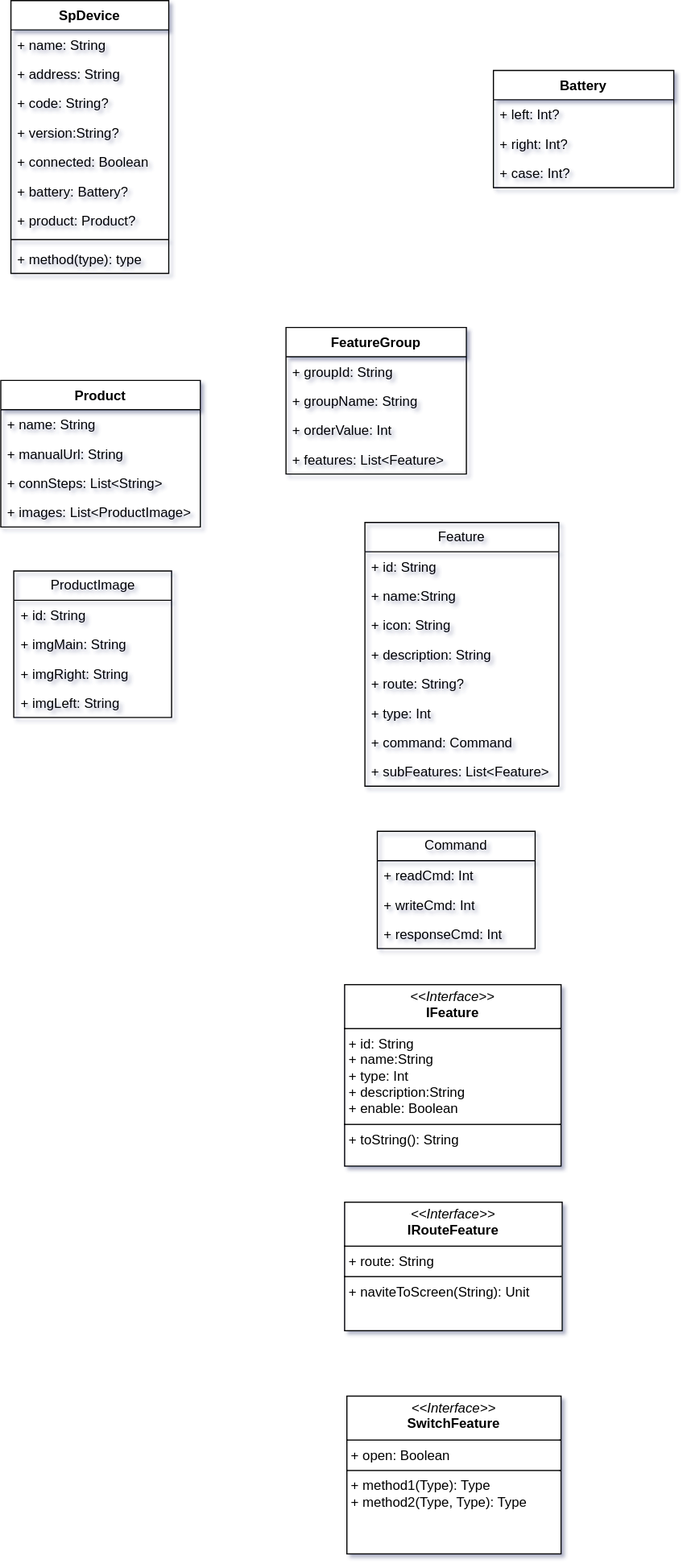
This is 未命名绘图.drawio.svg from kekemao00/draw-libs, a draw.io export, as it was before one commit. Source tidied: cells renumbered, new cells last; positions are measured from the earlier drawing's top-left corner, leaving out a move shared by most shapes.
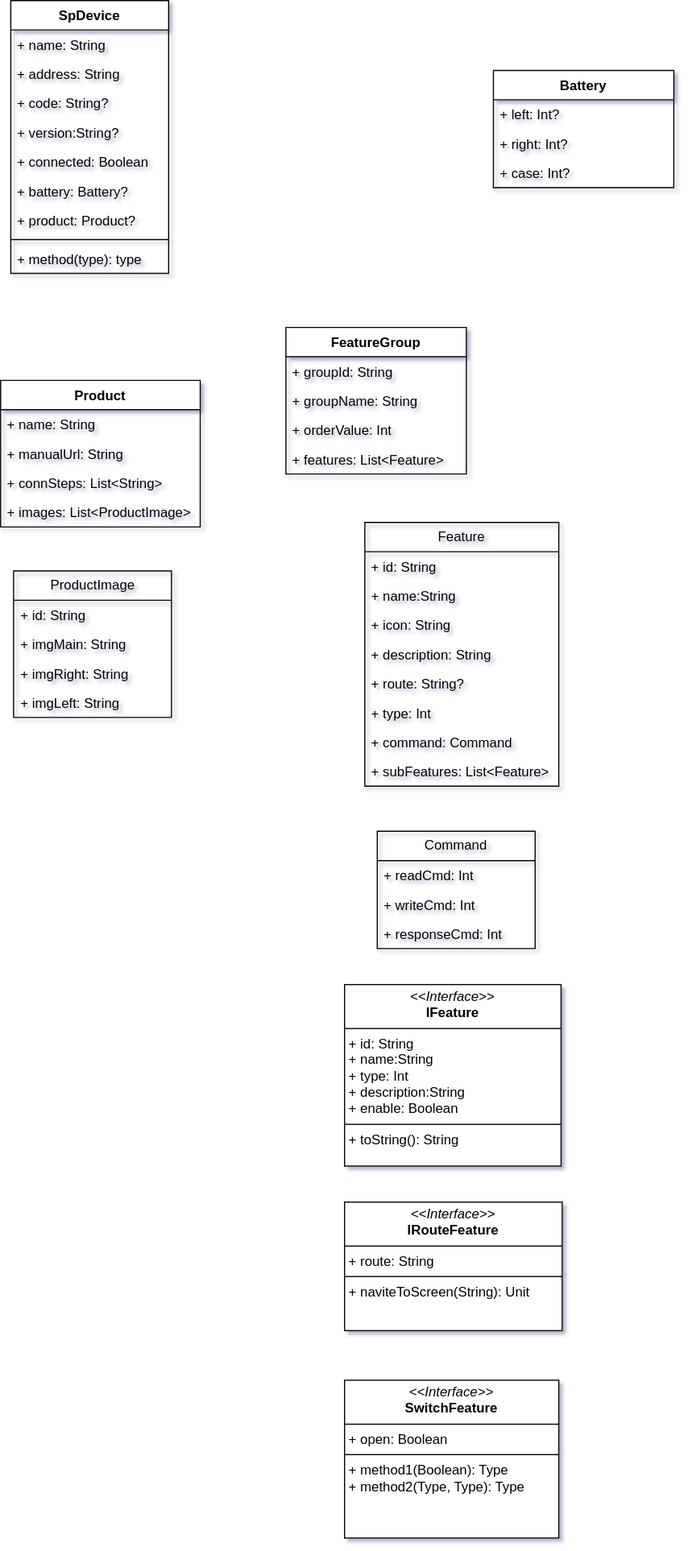
The same file after the commit.

Commit message:
更新未命名绘图.drawio.svg

The edit, as a diff of the source:
```diff
@@ -131,8 +131,8 @@
     <mxCell id="44" value="&lt;p style=&quot;margin:0px;margin-top:4px;text-align:center;&quot;&gt;&lt;i&gt;&amp;lt;&amp;lt;Interface&amp;gt;&amp;gt;&lt;/i&gt;&lt;br&gt;&lt;b&gt;IFeature&lt;/b&gt;&lt;/p&gt;&lt;hr size=&quot;1&quot; style=&quot;border-style:solid;&quot;&gt;&lt;p style=&quot;margin:0px;margin-left:4px;&quot;&gt;+ id: String&lt;br&gt;+ name:String&lt;br&gt;+ type: Int&lt;br&gt;+ description:String&lt;br&gt;+&amp;nbsp;enable: Boolean&lt;/p&gt;&lt;hr size=&quot;1&quot; style=&quot;border-style:solid;&quot;&gt;&lt;p style=&quot;margin:0px;margin-left:4px;&quot;&gt;+ toString(): String&lt;br&gt;&lt;/p&gt;" style="verticalAlign=top;align=left;overflow=fill;html=1;whiteSpace=wrap;" parent="1" vertex="1">
       <mxGeometry x="305" y="873" width="192" height="161" as="geometry" />
     </mxCell>
-    <mxCell id="45" value="&lt;p style=&quot;margin:0px;margin-top:4px;text-align:center;&quot;&gt;&lt;i&gt;&amp;lt;&amp;lt;Interface&amp;gt;&amp;gt;&lt;/i&gt;&lt;br&gt;&lt;b&gt;SwitchFeature&lt;/b&gt;&lt;/p&gt;&lt;hr size=&quot;1&quot; style=&quot;border-style:solid;&quot;&gt;&lt;p style=&quot;margin:0px;margin-left:4px;&quot;&gt;+ open: Boolean&lt;br&gt;&lt;/p&gt;&lt;hr size=&quot;1&quot; style=&quot;border-style:solid;&quot;&gt;&lt;p style=&quot;margin:0px;margin-left:4px;&quot;&gt;+ method1(Type): Type&lt;br&gt;+ method2(Type, Type): Type&lt;/p&gt;" style="verticalAlign=top;align=left;overflow=fill;html=1;whiteSpace=wrap;" parent="1" vertex="1">
-      <mxGeometry x="307" y="1238" width="190" height="140" as="geometry" />
+    <mxCell id="45" value="&lt;p style=&quot;margin:0px;margin-top:4px;text-align:center;&quot;&gt;&lt;i&gt;&amp;lt;&amp;lt;Interface&amp;gt;&amp;gt;&lt;/i&gt;&lt;br&gt;&lt;b&gt;SwitchFeature&lt;/b&gt;&lt;/p&gt;&lt;hr size=&quot;1&quot; style=&quot;border-style:solid;&quot;&gt;&lt;p style=&quot;margin:0px;margin-left:4px;&quot;&gt;+ open: Boolean&lt;br&gt;&lt;/p&gt;&lt;hr size=&quot;1&quot; style=&quot;border-style:solid;&quot;&gt;&lt;p style=&quot;margin:0px;margin-left:4px;&quot;&gt;+ method1(Boolean): Type&lt;br&gt;+ method2(Type, Type): Type&lt;/p&gt;" style="verticalAlign=top;align=left;overflow=fill;html=1;whiteSpace=wrap;" parent="1" vertex="1">
+      <mxGeometry x="305" y="1224" width="190" height="140" as="geometry" />
     </mxCell>
     <mxCell id="46" value="&lt;p style=&quot;margin:0px;margin-top:4px;text-align:center;&quot;&gt;&lt;i&gt;&amp;lt;&amp;lt;Interface&amp;gt;&amp;gt;&lt;/i&gt;&lt;br&gt;&lt;b&gt;IRouteFeature&lt;/b&gt;&lt;/p&gt;&lt;hr size=&quot;1&quot; style=&quot;border-style:solid;&quot;&gt;&lt;p style=&quot;margin:0px;margin-left:4px;&quot;&gt;+ route: String&lt;/p&gt;&lt;hr size=&quot;1&quot; style=&quot;border-style:solid;&quot;&gt;&lt;p style=&quot;margin:0px;margin-left:4px;&quot;&gt;+ naviteToScreen(String): Unit&lt;br&gt;&lt;/p&gt;" style="verticalAlign=top;align=left;overflow=fill;html=1;whiteSpace=wrap;" parent="1" vertex="1">
       <mxGeometry x="305" y="1066" width="193" height="114" as="geometry" />
```
